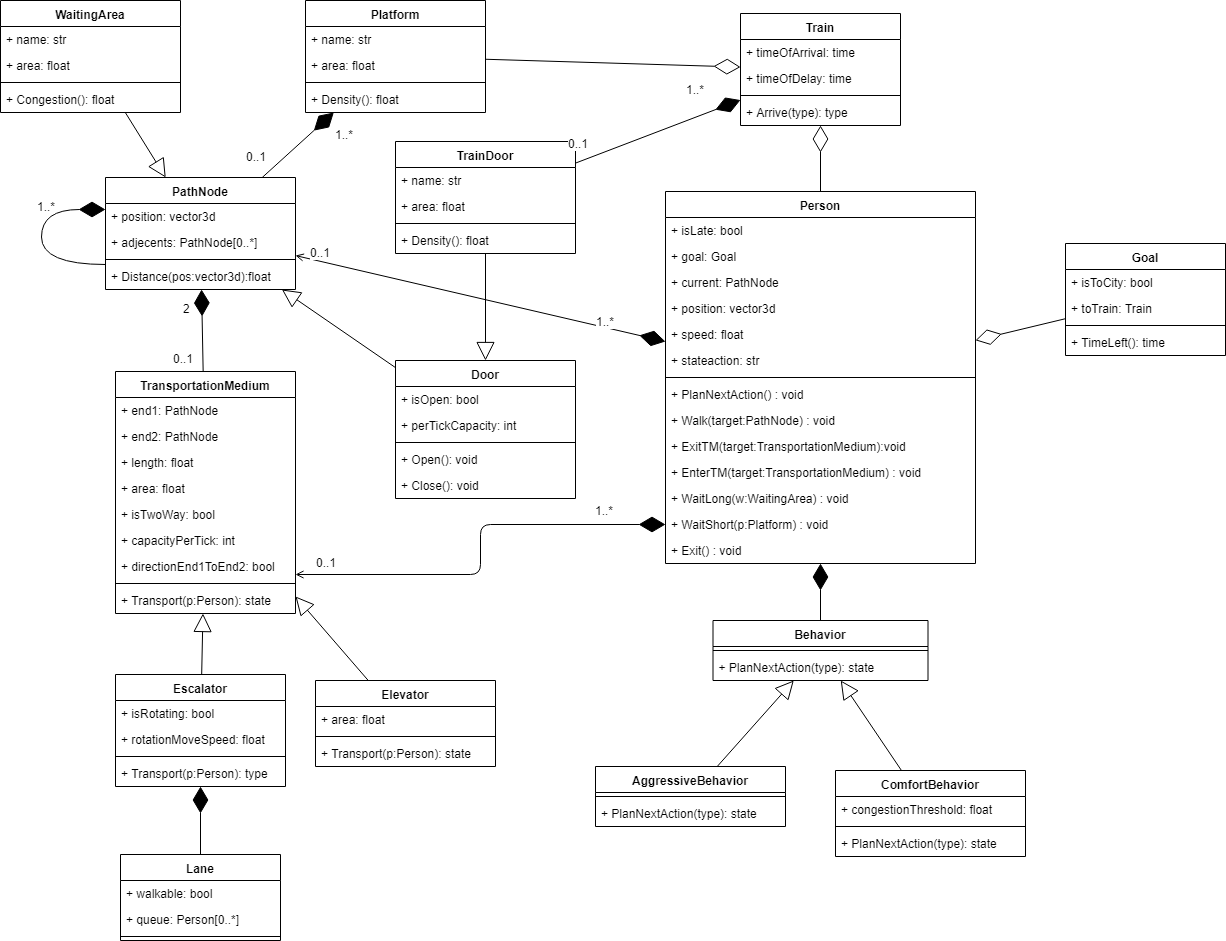
Above: images/MySubwaySystemClassDiag.png in IDS6145-Fall2019/assignment1-deamonpog (draw.io), before the change. Source tidied: cells renumbered, new cells last; positions are measured from the earlier drawing's top-left corner, leaving out a move shared by most shapes.
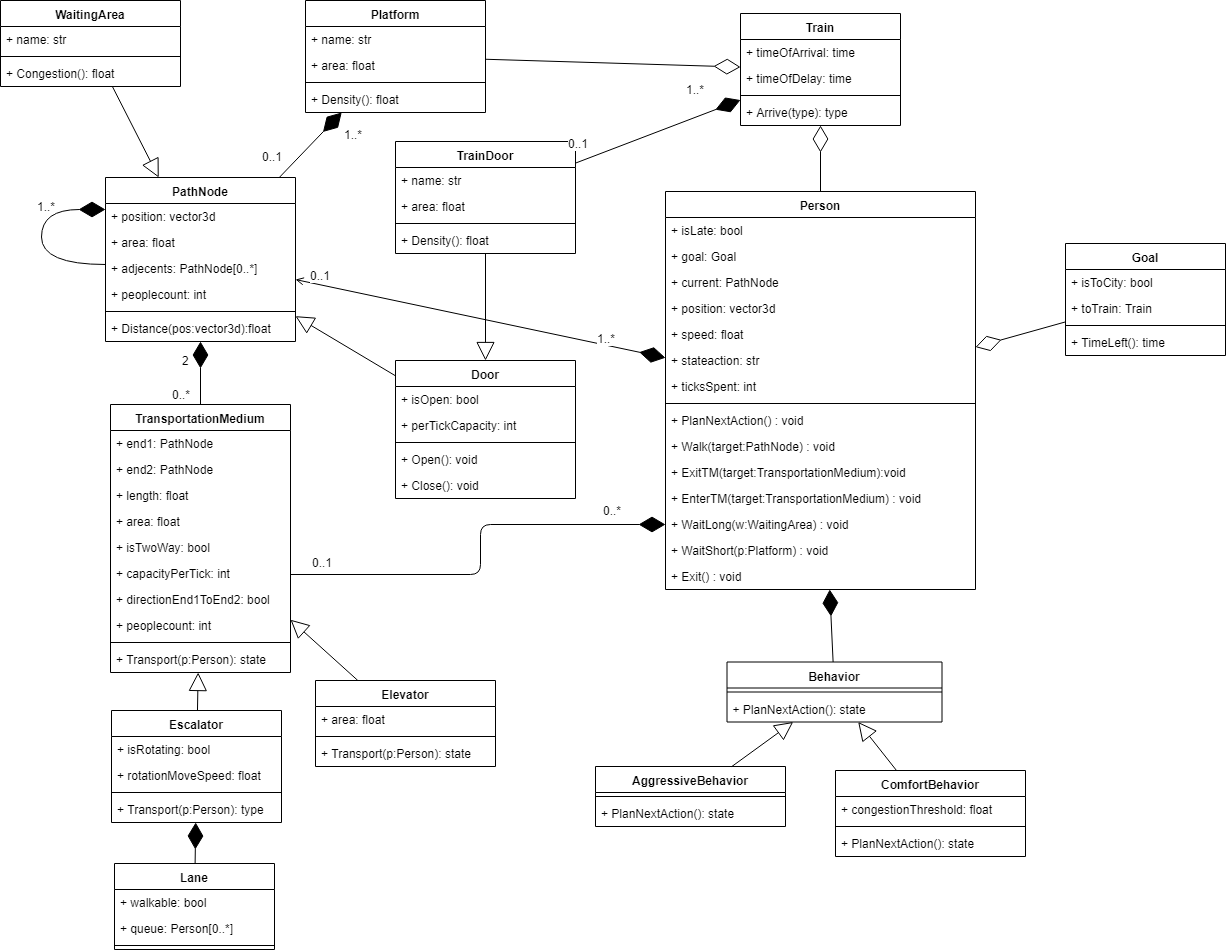
Later version of the same file.

Commit message:
updated images for class diagram and structure diagram

The edit, as a diff of the source:
```diff
@@ -3,22 +3,28 @@
     <mxCell id="0" />
     <mxCell id="1" parent="0" />
     <mxCell id="2" value="PathNode" style="swimlane;fontStyle=1;align=center;verticalAlign=top;horizontal=1;startSize=26;" parent="1" vertex="1">
-      <mxGeometry x="105" y="177" width="190" height="112" as="geometry" />
+      <mxGeometry x="105" y="177" width="190" height="164" as="geometry" />
     </mxCell>
     <mxCell id="3" value="+ position: vector3d" style="text;strokeColor=none;fillColor=none;align=left;verticalAlign=top;spacingLeft=4;spacingRight=4;overflow=hidden;" parent="2" vertex="1">
       <mxGeometry y="26" width="190" height="26" as="geometry" />
     </mxCell>
+    <mxCell id="67" value="+ area: float" style="text;strokeColor=none;fillColor=none;align=left;verticalAlign=top;spacingLeft=4;spacingRight=4;overflow=hidden;" parent="2" vertex="1">
+      <mxGeometry y="52" width="190" height="26" as="geometry" />
+    </mxCell>
     <mxCell id="4" value="+ adjecents: PathNode[0..*]" style="text;strokeColor=none;fillColor=none;align=left;verticalAlign=top;spacingLeft=4;spacingRight=4;overflow=hidden;" parent="2" vertex="1">
-      <mxGeometry y="52" width="190" height="26" as="geometry" />
+      <mxGeometry y="78" width="190" height="26" as="geometry" />
     </mxCell>
+    <mxCell id="115" value="+ peoplecount: int" style="text;strokeColor=none;fillColor=none;align=left;verticalAlign=top;spacingLeft=4;spacingRight=4;overflow=hidden;" parent="2" vertex="1">
+      <mxGeometry y="104" width="190" height="26" as="geometry" />
+    </mxCell>
     <mxCell id="5" style="line;strokeWidth=1;fillColor=none;align=left;verticalAlign=middle;spacingTop=-1;spacingLeft=3;spacingRight=3;labelPosition=right;" parent="2" vertex="1">
-      <mxGeometry y="78" width="190" height="8" as="geometry" />
+      <mxGeometry y="130" width="190" height="8" as="geometry" />
     </mxCell>
     <mxCell id="6" value="+ Distance(pos:vector3d):float" style="text;strokeColor=none;fillColor=none;align=left;verticalAlign=top;spacingLeft=4;spacingRight=4;overflow=hidden;" parent="2" vertex="1">
-      <mxGeometry y="86" width="190" height="26" as="geometry" />
+      <mxGeometry y="138" width="190" height="26" as="geometry" />
     </mxCell>
     <mxCell id="7" value="TransportationMedium" style="swimlane;fontStyle=1;align=center;verticalAlign=top;horizontal=1;startSize=26;" parent="1" vertex="1">
-      <mxGeometry x="115" y="371" width="180" height="242" as="geometry" />
+      <mxGeometry x="110" y="404" width="180" height="268" as="geometry" />
     </mxCell>
     <mxCell id="8" value="+ end1: PathNode" style="text;strokeColor=none;fillColor=none;align=left;verticalAlign=top;spacingLeft=4;spacingRight=4;overflow=hidden;" parent="7" vertex="1">
       <mxGeometry y="26" width="180" height="26" as="geometry" />
@@ -41,14 +47,17 @@
     <mxCell id="14" value="+ directionEnd1ToEnd2: bool" style="text;strokeColor=none;fillColor=none;align=left;verticalAlign=top;spacingLeft=4;spacingRight=4;overflow=hidden;" parent="7" vertex="1">
       <mxGeometry y="182" width="180" height="26" as="geometry" />
     </mxCell>
+    <mxCell id="116" value="+ peoplecount: int" style="text;strokeColor=none;fillColor=none;align=left;verticalAlign=top;spacingLeft=4;spacingRight=4;overflow=hidden;" parent="7" vertex="1">
+      <mxGeometry y="208" width="180" height="26" as="geometry" />
+    </mxCell>
     <mxCell id="15" style="line;strokeWidth=1;fillColor=none;align=left;verticalAlign=middle;spacingTop=-1;spacingLeft=3;spacingRight=3;labelPosition=right;" parent="7" vertex="1">
-      <mxGeometry y="208" width="180" height="8" as="geometry" />
+      <mxGeometry y="234" width="180" height="8" as="geometry" />
     </mxCell>
     <mxCell id="16" value="+ Transport(p:Person): state" style="text;strokeColor=none;fillColor=none;align=left;verticalAlign=top;spacingLeft=4;spacingRight=4;overflow=hidden;" parent="7" vertex="1">
-      <mxGeometry y="216" width="180" height="26" as="geometry" />
+      <mxGeometry y="242" width="180" height="26" as="geometry" />
     </mxCell>
     <mxCell id="17" value="Escalator" style="swimlane;fontStyle=1;align=center;verticalAlign=top;horizontal=1;startSize=26;" parent="1" vertex="1">
-      <mxGeometry x="115" y="674" width="170" height="112" as="geometry" />
+      <mxGeometry x="111" y="710" width="170" height="112" as="geometry" />
     </mxCell>
     <mxCell id="18" value="+ isRotating: bool" style="text;strokeColor=none;fillColor=none;align=left;verticalAlign=top;spacingLeft=4;spacingRight=4;overflow=hidden;" parent="17" vertex="1">
       <mxGeometry y="26" width="170" height="26" as="geometry" />
@@ -63,7 +72,7 @@
       <mxGeometry y="86" width="170" height="26" as="geometry" />
     </mxCell>
     <mxCell id="22" value="Lane" style="swimlane;fontStyle=1;align=center;verticalAlign=top;horizontal=1;startSize=26;" parent="1" vertex="1">
-      <mxGeometry x="120" y="854" width="160" height="86" as="geometry" />
+      <mxGeometry x="114" y="863" width="160" height="86" as="geometry" />
     </mxCell>
     <mxCell id="23" value="+ walkable: bool" style="text;strokeColor=none;fillColor=none;align=left;verticalAlign=top;spacingLeft=4;spacingRight=4;overflow=hidden;" parent="22" vertex="1">
       <mxGeometry y="26" width="160" height="26" as="geometry" />
@@ -87,7 +96,7 @@
       <mxGeometry y="60" width="180" height="26" as="geometry" />
     </mxCell>
     <mxCell id="30" value="Person" style="swimlane;fontStyle=1;align=center;verticalAlign=top;horizontal=1;startSize=26;" parent="1" vertex="1">
-      <mxGeometry x="665" y="191" width="310" height="372" as="geometry" />
+      <mxGeometry x="665" y="191" width="310" height="398" as="geometry" />
     </mxCell>
     <mxCell id="31" value="+ isLate: bool" style="text;strokeColor=none;fillColor=none;align=left;verticalAlign=top;spacingLeft=4;spacingRight=4;overflow=hidden;" parent="30" vertex="1">
       <mxGeometry y="26" width="310" height="26" as="geometry" />
@@ -107,37 +116,40 @@
     <mxCell id="36" value="+ stateaction: str" style="text;strokeColor=none;fillColor=none;align=left;verticalAlign=top;spacingLeft=4;spacingRight=4;overflow=hidden;" parent="30" vertex="1">
       <mxGeometry y="156" width="310" height="26" as="geometry" />
     </mxCell>
+    <mxCell id="117" value="+ ticksSpent: int" style="text;strokeColor=none;fillColor=none;align=left;verticalAlign=top;spacingLeft=4;spacingRight=4;overflow=hidden;" parent="30" vertex="1">
+      <mxGeometry y="182" width="310" height="26" as="geometry" />
+    </mxCell>
     <mxCell id="37" style="line;strokeWidth=1;fillColor=none;align=left;verticalAlign=middle;spacingTop=-1;spacingLeft=3;spacingRight=3;labelPosition=right;" parent="30" vertex="1">
-      <mxGeometry y="182" width="310" height="8" as="geometry" />
+      <mxGeometry y="208" width="310" height="8" as="geometry" />
     </mxCell>
     <mxCell id="38" value="+ PlanNextAction() : void" style="text;strokeColor=none;fillColor=none;align=left;verticalAlign=top;spacingLeft=4;spacingRight=4;overflow=hidden;" parent="30" vertex="1">
-      <mxGeometry y="190" width="310" height="26" as="geometry" />
+      <mxGeometry y="216" width="310" height="26" as="geometry" />
     </mxCell>
     <mxCell id="39" value="+ Walk(target:PathNode) : void" style="text;strokeColor=none;fillColor=none;align=left;verticalAlign=top;spacingLeft=4;spacingRight=4;overflow=hidden;" parent="30" vertex="1">
-      <mxGeometry y="216" width="310" height="26" as="geometry" />
+      <mxGeometry y="242" width="310" height="26" as="geometry" />
     </mxCell>
     <mxCell id="40" value="+ ExitTM(target:TransportationMedium):void" style="text;strokeColor=none;fillColor=none;align=left;verticalAlign=top;spacingLeft=4;spacingRight=4;overflow=hidden;" parent="30" vertex="1">
-      <mxGeometry y="242" width="310" height="26" as="geometry" />
+      <mxGeometry y="268" width="310" height="26" as="geometry" />
     </mxCell>
     <mxCell id="41" value="+ EnterTM(target:TransportationMedium) : void" style="text;strokeColor=none;fillColor=none;align=left;verticalAlign=top;spacingLeft=4;spacingRight=4;overflow=hidden;" parent="30" vertex="1">
-      <mxGeometry y="268" width="310" height="26" as="geometry" />
+      <mxGeometry y="294" width="310" height="26" as="geometry" />
     </mxCell>
     <mxCell id="42" value="+ WaitLong(w:WaitingArea) : void" style="text;strokeColor=none;fillColor=none;align=left;verticalAlign=top;spacingLeft=4;spacingRight=4;overflow=hidden;" parent="30" vertex="1">
-      <mxGeometry y="294" width="310" height="26" as="geometry" />
+      <mxGeometry y="320" width="310" height="26" as="geometry" />
     </mxCell>
     <mxCell id="43" value="+ WaitShort(p:Platform) : void" style="text;strokeColor=none;fillColor=none;align=left;verticalAlign=top;spacingLeft=4;spacingRight=4;overflow=hidden;" parent="30" vertex="1">
-      <mxGeometry y="320" width="310" height="26" as="geometry" />
+      <mxGeometry y="346" width="310" height="26" as="geometry" />
     </mxCell>
     <mxCell id="44" value="+ Exit() : void" style="text;strokeColor=none;fillColor=none;align=left;verticalAlign=top;spacingLeft=4;spacingRight=4;overflow=hidden;" parent="30" vertex="1">
-      <mxGeometry y="346" width="310" height="26" as="geometry" />
+      <mxGeometry y="372" width="310" height="26" as="geometry" />
     </mxCell>
     <mxCell id="45" value="Behavior" style="swimlane;fontStyle=1;align=center;verticalAlign=top;horizontal=1;startSize=26;" parent="1" vertex="1">
-      <mxGeometry x="712.5" y="620" width="215" height="60" as="geometry" />
+      <mxGeometry x="726.5" y="661.5" width="215" height="60" as="geometry" />
     </mxCell>
     <mxCell id="46" style="line;strokeWidth=1;fillColor=none;align=left;verticalAlign=middle;spacingTop=-1;spacingLeft=3;spacingRight=3;labelPosition=right;" parent="45" vertex="1">
       <mxGeometry y="26" width="215" height="8" as="geometry" />
     </mxCell>
-    <mxCell id="47" value="+ PlanNextAction(type): state" style="text;strokeColor=none;fillColor=none;align=left;verticalAlign=top;spacingLeft=4;spacingRight=4;overflow=hidden;" parent="45" vertex="1">
+    <mxCell id="47" value="+ PlanNextAction(): state" style="text;strokeColor=none;fillColor=none;align=left;verticalAlign=top;spacingLeft=4;spacingRight=4;overflow=hidden;" parent="45" vertex="1">
       <mxGeometry y="34" width="215" height="26" as="geometry" />
     </mxCell>
     <mxCell id="48" value="Train" style="swimlane;fontStyle=1;align=center;verticalAlign=top;horizontal=1;startSize=26;" parent="1" vertex="1">
@@ -188,23 +200,20 @@
     <mxCell id="63" style="line;strokeWidth=1;fillColor=none;align=left;verticalAlign=middle;spacingTop=-1;spacingLeft=3;spacingRight=3;labelPosition=right;" parent="62" vertex="1">
       <mxGeometry y="26" width="190" height="8" as="geometry" />
     </mxCell>
-    <mxCell id="64" value="+ PlanNextAction(type): state" style="text;strokeColor=none;fillColor=none;align=left;verticalAlign=top;spacingLeft=4;spacingRight=4;overflow=hidden;" parent="62" vertex="1">
+    <mxCell id="64" value="+ PlanNextAction(): state" style="text;strokeColor=none;fillColor=none;align=left;verticalAlign=top;spacingLeft=4;spacingRight=4;overflow=hidden;" parent="62" vertex="1">
       <mxGeometry y="34" width="190" height="26" as="geometry" />
     </mxCell>
     <mxCell id="65" value="WaitingArea" style="swimlane;fontStyle=1;align=center;verticalAlign=top;horizontal=1;startSize=26;" parent="1" vertex="1">
-      <mxGeometry width="180" height="112" as="geometry" />
+      <mxGeometry width="180" height="86" as="geometry" />
     </mxCell>
     <mxCell id="66" value="+ name: str" style="text;strokeColor=none;fillColor=none;align=left;verticalAlign=top;spacingLeft=4;spacingRight=4;overflow=hidden;" parent="65" vertex="1">
       <mxGeometry y="26" width="180" height="26" as="geometry" />
     </mxCell>
-    <mxCell id="67" value="+ area: float" style="text;strokeColor=none;fillColor=none;align=left;verticalAlign=top;spacingLeft=4;spacingRight=4;overflow=hidden;" parent="65" vertex="1">
-      <mxGeometry y="52" width="180" height="26" as="geometry" />
-    </mxCell>
     <mxCell id="68" style="line;strokeWidth=1;fillColor=none;align=left;verticalAlign=middle;spacingTop=-1;spacingLeft=3;spacingRight=3;labelPosition=right;" parent="65" vertex="1">
-      <mxGeometry y="78" width="180" height="8" as="geometry" />
+      <mxGeometry y="52" width="180" height="8" as="geometry" />
     </mxCell>
     <mxCell id="69" value="+ Congestion(): float" style="text;strokeColor=none;fillColor=none;align=left;verticalAlign=top;spacingLeft=4;spacingRight=4;overflow=hidden;" parent="65" vertex="1">
-      <mxGeometry y="86" width="180" height="26" as="geometry" />
+      <mxGeometry y="60" width="180" height="26" as="geometry" />
     </mxCell>
     <mxCell id="70" style="endArrow=diamondThin;endFill=1;endSize=24;html=1;" parent="1" edge="1" source="2" target="57">
       <mxGeometry relative="1" as="geometry" />
@@ -233,7 +242,7 @@
         <mxPoint x="-19" y="14" as="offset" />
       </mxGeometry>
     </mxCell>
-    <mxCell id="77" value="0..1" style="text;html=1;align=center;verticalAlign=middle;labelBackgroundColor=#ffffff;" parent="75" vertex="1">
+    <mxCell id="77" value="0..*" style="text;html=1;align=center;verticalAlign=middle;labelBackgroundColor=#ffffff;" parent="75" vertex="1">
       <mxGeometry x="-0.78" y="-3" relative="1" as="geometry">
         <mxPoint x="-23" y="-4" as="offset" />
       </mxGeometry>
@@ -247,7 +256,7 @@
     <mxCell id="80" style="line;strokeWidth=1;fillColor=none;align=left;verticalAlign=middle;spacingTop=-1;spacingLeft=3;spacingRight=3;labelPosition=right;" parent="78" vertex="1">
       <mxGeometry y="52" width="190" height="8" as="geometry" />
     </mxCell>
-    <mxCell id="81" value="+ PlanNextAction(type): state" style="text;strokeColor=none;fillColor=none;align=left;verticalAlign=top;spacingLeft=4;spacingRight=4;overflow=hidden;" parent="78" vertex="1">
+    <mxCell id="81" value="+ PlanNextAction(): state" style="text;strokeColor=none;fillColor=none;align=left;verticalAlign=top;spacingLeft=4;spacingRight=4;overflow=hidden;" parent="78" vertex="1">
       <mxGeometry y="60" width="190" height="26" as="geometry" />
     </mxCell>
     <mxCell id="82" style="endArrow=block;endSize=16;endFill=0;html=1;" parent="1" edge="1" source="78" target="45">
@@ -355,7 +364,7 @@
         <mxPoint x="-16" y="-16" as="offset" />
       </mxGeometry>
     </mxCell>
-    <mxCell id="112" style="endArrow=diamondThin;endFill=1;endSize=24;html=1;startArrow=open;startFill=0;edgeStyle=orthogonalEdgeStyle;" parent="1" edge="1" source="7" target="30">
+    <mxCell id="112" style="endArrow=diamondThin;endFill=1;endSize=24;html=1;startArrow=none;startFill=0;edgeStyle=orthogonalEdgeStyle;" parent="1" edge="1" source="7" target="30">
       <mxGeometry relative="1" as="geometry">
         <Array as="points">
           <mxPoint x="480" y="574" />
@@ -363,9 +372,9 @@
         </Array>
       </mxGeometry>
     </mxCell>
-    <mxCell id="113" value="1..*" style="text;html=1;align=center;verticalAlign=middle;labelBackgroundColor=#ffffff;" parent="112" vertex="1">
+    <mxCell id="113" value="0..*" style="text;html=1;align=center;verticalAlign=middle;labelBackgroundColor=#ffffff;" parent="112" vertex="1">
       <mxGeometry x="0.88" y="-4" relative="1" as="geometry">
-        <mxPoint x="-37" y="-19" as="offset" />
+        <mxPoint x="-29" y="-19" as="offset" />
       </mxGeometry>
     </mxCell>
     <mxCell id="114" value="0..1" style="text;html=1;align=center;verticalAlign=middle;labelBackgroundColor=#ffffff;" parent="112" vertex="1">
```
